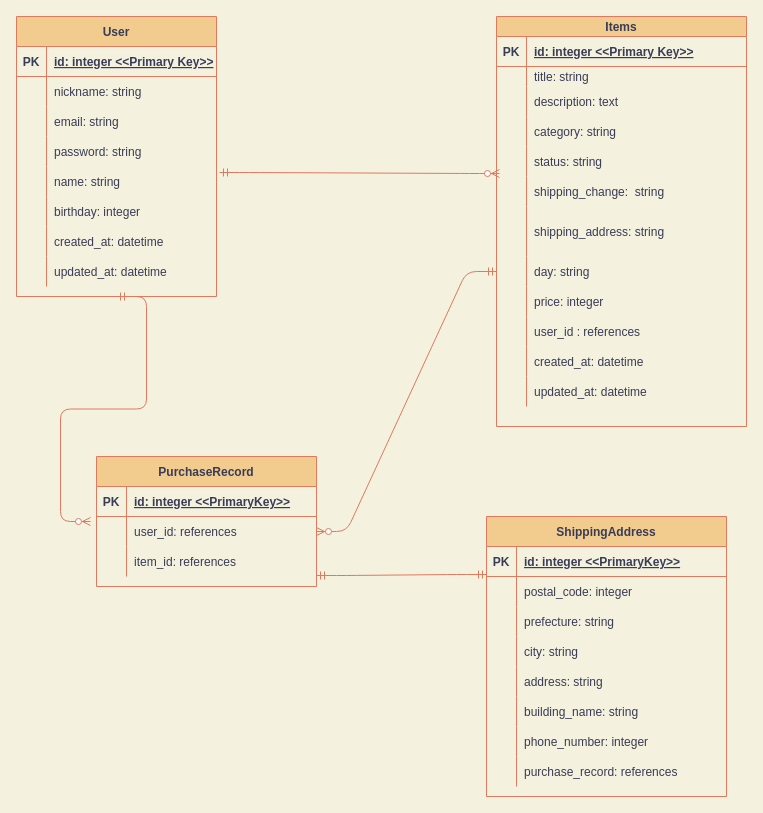
The draw.io diagram furima.dio in HIRONOBU-NAKAMURA/furima-34785, before the edit. Source tidied: cells renumbered, new cells numbered last; positions are measured from the earlier drawing's top-left corner, leaving out a move shared by most shapes. Both pictures are drawn from the tidied source at 100%, with x=0, y=0 at pixel (16, 16).
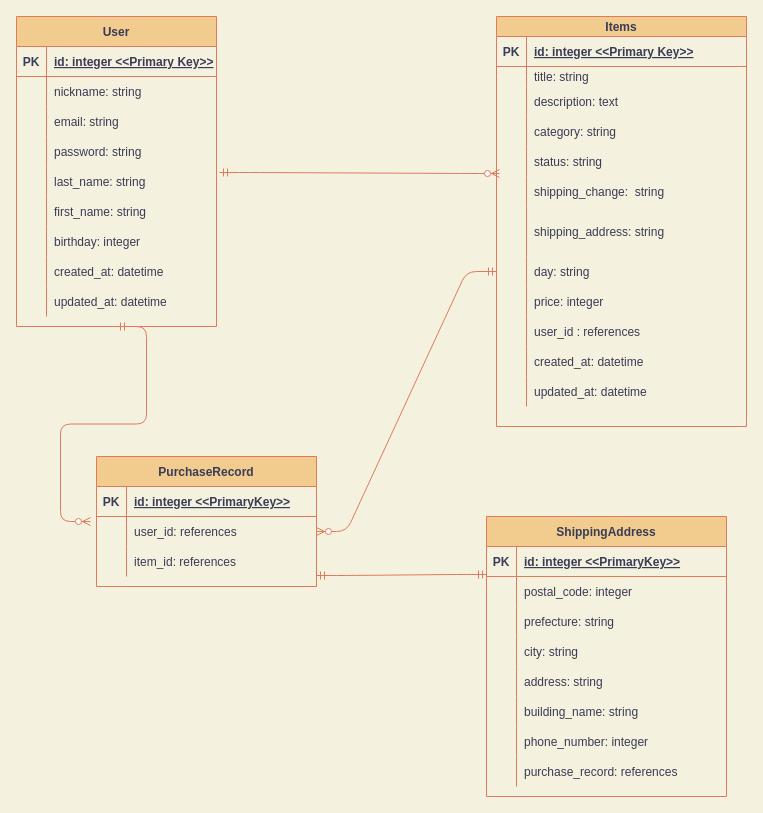
The same diagram, later.

Unchanged cells that the change refers to:
```xml
<mxCell id="15" style="shape=partialRectangle;fillColor=none;top=0;left=0;bottom=0;right=0;points=[[0,0.5],[1,0.5]];portConstraint=eastwest;strokeColor=#E07A5F;fontColor=#393C56;" parent="2" vertex="1">
  <mxGeometry y="150" width="200" height="30" as="geometry" />
</mxCell>
```

Change to the diagram source:
```diff
@@
     <mxCell id="2" value="User" style="shape=table;startSize=30;childLayout=tableLayout;rowLines=0;fontStyle=1;align=center;fillColor=#F2CC8F;strokeColor=#E07A5F;fontColor=#393C56;" parent="1" vertex="1">
-      <mxGeometry width="200" height="280" as="geometry" />
+      <mxGeometry width="200" height="310" as="geometry" />
     </mxCell>
@@
-    <mxCell id="17" value="name: string" style="shape=partialRectangle;fillColor=none;top=0;left=0;bottom=0;right=0;align=left;spacingLeft=6;overflow=hidden;strokeColor=#E07A5F;fontColor=#393C56;" parent="15" vertex="1">
+    <mxCell id="17" value="last_name: string" style="shape=partialRectangle;fillColor=none;top=0;left=0;bottom=0;right=0;align=left;spacingLeft=6;overflow=hidden;strokeColor=#E07A5F;fontColor=#393C56;" parent="15" vertex="1">
       <mxGeometry x="30" width="170" height="30" as="geometry" />
     </mxCell>
+    <mxCell id="103" style="shape=partialRectangle;fillColor=none;top=0;left=0;bottom=0;right=0;strokeColor=#E07A5F;fontColor=#393C56;" parent="2" vertex="1">
+      <mxGeometry y="180" width="200" height="30" as="geometry" />
+    </mxCell>
+    <mxCell id="104" style="shape=partialRectangle;fillColor=none;top=0;left=0;bottom=0;right=0;overflow=hidden;strokeColor=#E07A5F;fontColor=#393C56;" parent="103" vertex="1">
+      <mxGeometry width="30" height="30" as="geometry" />
+    </mxCell>
+    <mxCell id="105" value="first_name: string" style="shape=partialRectangle;fillColor=none;top=0;left=0;bottom=0;right=0;align=left;spacingLeft=6;overflow=hidden;strokeColor=#E07A5F;fontColor=#393C56;" parent="103" vertex="1">
+      <mxGeometry x="30" width="170" height="30" as="geometry" />
+    </mxCell>
     <mxCell id="18" style="shape=partialRectangle;fillColor=none;top=0;left=0;bottom=0;right=0;strokeColor=#E07A5F;fontColor=#393C56;" parent="2" vertex="1">
-      <mxGeometry y="180" width="200" height="30" as="geometry" />
+      <mxGeometry y="210" width="200" height="30" as="geometry" />
     </mxCell>
@@
     <mxCell id="21" style="shape=partialRectangle;fillColor=none;top=0;left=0;bottom=0;right=0;strokeColor=#E07A5F;fontColor=#393C56;" parent="2" vertex="1">
-      <mxGeometry y="210" width="200" height="30" as="geometry" />
+      <mxGeometry y="240" width="200" height="30" as="geometry" />
     </mxCell>
@@
     <mxCell id="24" style="shape=partialRectangle;fillColor=none;top=0;left=0;bottom=0;right=0;strokeColor=#E07A5F;fontColor=#393C56;" parent="2" vertex="1">
-      <mxGeometry y="240" width="200" height="30" as="geometry" />
+      <mxGeometry y="270" width="200" height="30" as="geometry" />
     </mxCell>
```
